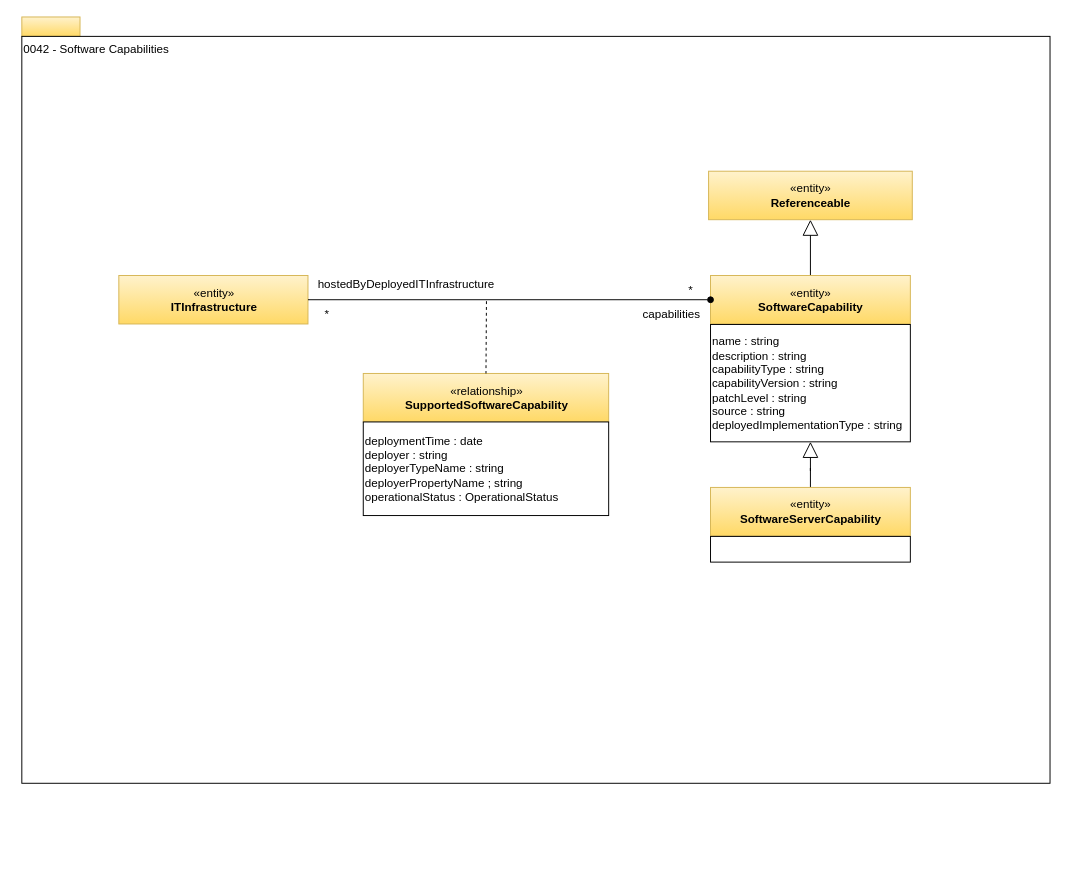
Before: page "0042-Software-Capabilities" (22 of 29) of site/docs/types/0/area-0-basic-types-and-infrastructure.drawio in odpi/egeria-docs, a draw.io diagram. Source tidied: cells renumbered, new cells numbered last; positions are measured from the earlier drawing's top-left corner, leaving out a move shared by most shapes. Both pictures are drawn from the tidied source at 97%, with x=0, y=0 at pixel (21, 16).
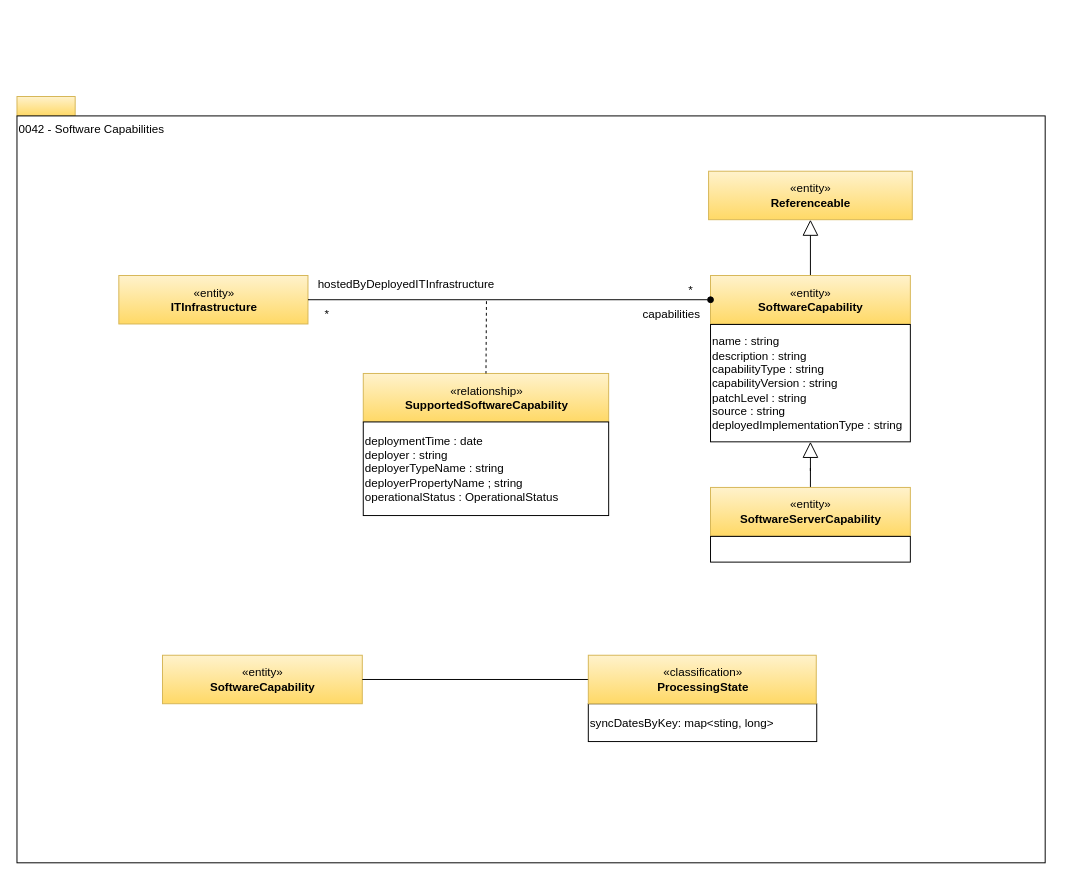
The same diagram, later.

What changed in the source:
```diff
@@
     <mxCell id="2" style="rounded=0;whiteSpace=wrap;html=1;align=left;fillColor=#fff2cc;strokeColor=#d6b656;gradientColor=#ffd966;" parent="1" vertex="1">
-      <mxGeometry width="60" height="20" as="geometry" />
+      <mxGeometry x="-5" y="82" width="60" height="20" as="geometry" />
     </mxCell>
     <mxCell id="3" value="0042 - Software Capabilities" style="rounded=0;whiteSpace=wrap;html=1;align=left;verticalAlign=top;" parent="1" vertex="1">
-      <mxGeometry y="20" width="1060" height="770" as="geometry" />
+      <mxGeometry x="-5" y="102" width="1060" height="770" as="geometry" />
     </mxCell>
@@
+    <mxCell id="20" value="«entity»&lt;br&gt;&lt;b&gt;SoftwareCapability&lt;/b&gt;" style="html=1;strokeColor=#d6b656;align=center;fillColor=#fff2cc;gradientColor=#ffd966;" parent="1" vertex="1">
+      <mxGeometry x="145" y="658" width="206" height="50" as="geometry" />
+    </mxCell>
+    <mxCell id="21" style="edgeStyle=orthogonalEdgeStyle;rounded=0;jettySize=auto;html=1;exitX=0;exitY=0.5;exitDx=0;exitDy=0;endArrow=none;endFill=0;" parent="1" edge="1" source="23" target="20">
+      <mxGeometry relative="1" as="geometry">
+        <Array as="points">
+          <mxPoint x="633" y="683" />
+          <mxPoint x="633" y="683" />
+        </Array>
+      </mxGeometry>
+    </mxCell>
+    <mxCell id="22" value="syncDatesByKey: map&amp;lt;sting, long&amp;gt;" style="rounded=0;whiteSpace=wrap;html=1;strokeColor=#000000;gradientColor=#ffffff;align=left;" parent="1" vertex="1">
+      <mxGeometry x="584" y="708" width="235.5" height="39" as="geometry" />
+    </mxCell>
+    <mxCell id="23" value="«classification»&lt;br&gt;&lt;b&gt;ProcessingState&lt;/b&gt;" style="html=1;strokeColor=#d6b656;align=center;fillColor=#fff2cc;gradientColor=#ffd966;" parent="1" vertex="1">
+      <mxGeometry x="584" y="658" width="235" height="50" as="geometry" />
+    </mxCell>
```
